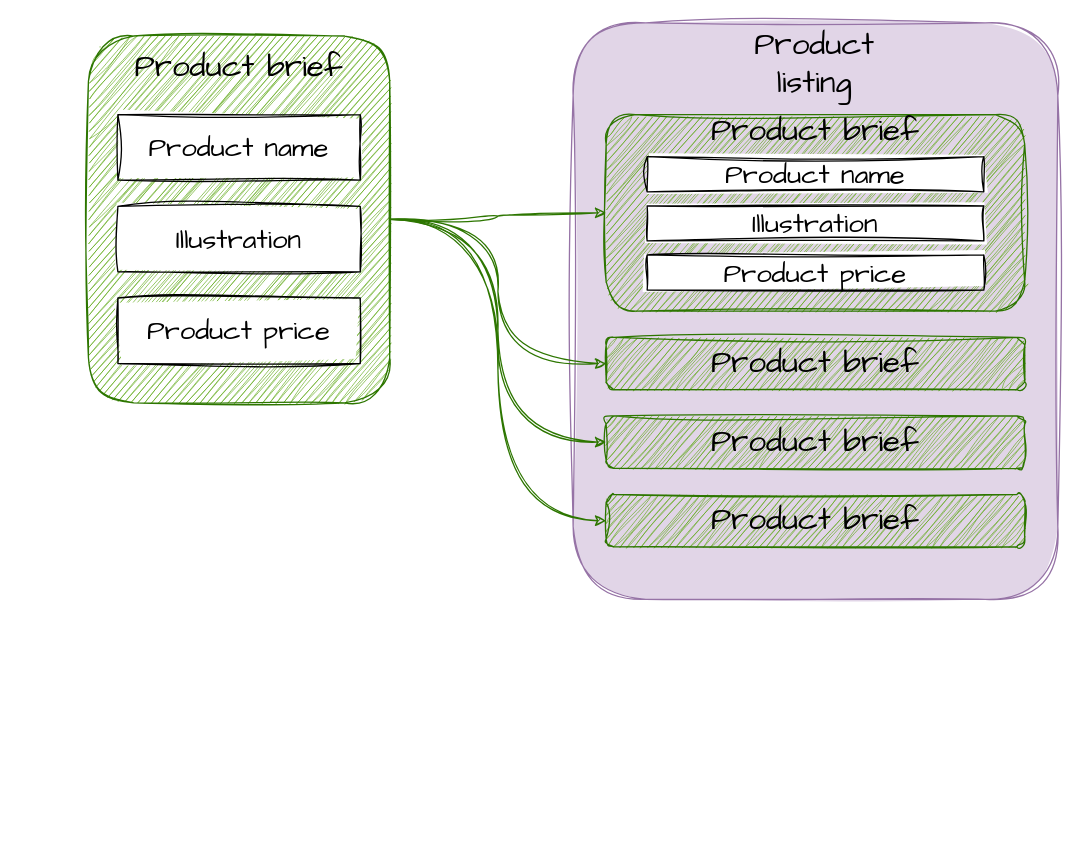
Above: content_modeling/modular_content_product_info_example.drawio in Kontent-ai-Learn/kontent-ai-learn-diagrams (draw.io), before the change. Source tidied: cells renumbered, new cells numbered last; positions are measured from the earlier drawing's top-left corner, leaving out a move shared by most shapes. Both pictures are drawn from the tidied source at 131%, with x=0, y=0 at pixel (88, 22).
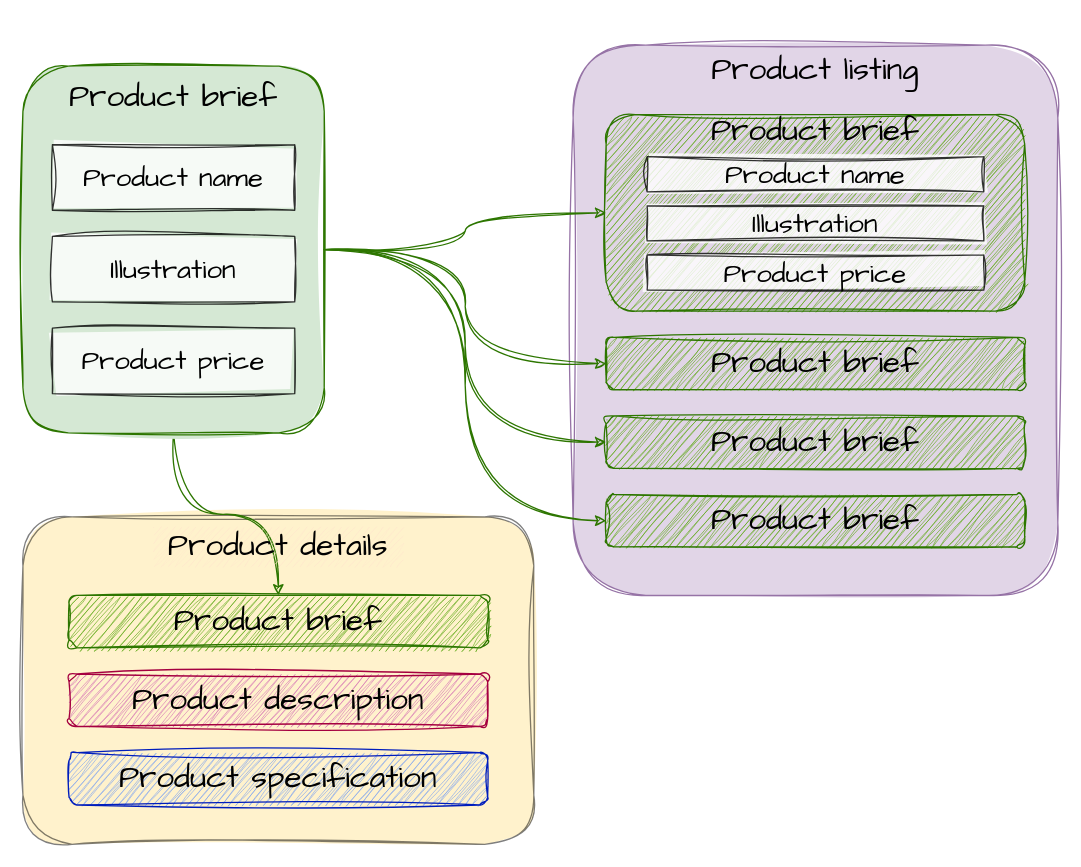
After the change.

The edit, as a diff of the source:
```diff
@@
+    <mxCell id="30" style="rounded=1;whiteSpace=wrap;html=1;sketch=1;hachureGap=4;jiggle=2;fillStyle=solid;fontFamily=Architects Daughter;fontSize=24;fillColor=#FFE599;opacity=50;" parent="1" vertex="1">
+      <mxGeometry x="-50" y="377" width="390" height="250" as="geometry" />
+    </mxCell>
     <mxCell id="2" style="rounded=1;whiteSpace=wrap;html=1;sketch=1;hachureGap=4;jiggle=2;fontFamily=Architects Daughter;fontSize=21;fillColor=#e1d5e7;strokeColor=#9673a6;fillStyle=solid;" parent="1" vertex="1">
-      <mxGeometry x="370" width="370" height="440" as="geometry" />
+      <mxGeometry x="370" y="17" width="370" height="420" as="geometry" />
     </mxCell>
     <mxCell id="3" value="Product listing" style="text;html=1;strokeColor=none;fillColor=none;align=center;verticalAlign=middle;whiteSpace=wrap;rounded=0;sketch=1;hachureGap=4;jiggle=2;fontFamily=Architects Daughter;fontSize=24;" parent="1" vertex="1">
-      <mxGeometry x="479.3" y="16" width="151.4" height="30" as="geometry" />
+      <mxGeometry x="450" y="21" width="210" height="30" as="geometry" />
     </mxCell>
@@
+    <mxCell id="31" style="edgeStyle=orthogonalEdgeStyle;curved=1;rounded=0;sketch=1;hachureGap=4;jiggle=2;jettySize=auto;html=1;exitX=0.5;exitY=1;exitDx=0;exitDy=0;entryX=0.5;entryY=0;entryDx=0;entryDy=0;fontFamily=Architects Daughter;fontSize=24;elbow=vertical;fillColor=#60a917;strokeColor=#2D7600;" parent="1" edge="1" source="14" target="32">
+      <mxGeometry relative="1" as="geometry" />
+    </mxCell>
-    <mxCell id="14" style="rounded=1;whiteSpace=wrap;html=1;sketch=1;hachureGap=4;jiggle=2;fontFamily=Architects Daughter;fontSize=20;fillColor=#60a917;strokeColor=#2D7600;fontColor=#ffffff;" parent="1" vertex="1">
-      <mxGeometry y="10" width="230" height="280" as="geometry" />
+    <mxCell id="14" style="rounded=1;whiteSpace=wrap;html=1;sketch=1;hachureGap=4;jiggle=2;fontFamily=Architects Daughter;fontSize=20;fillColor=#D5E8D4;strokeColor=#2D7600;fontColor=#ffffff;fillStyle=solid;" parent="1" vertex="1">
+      <mxGeometry x="-50" y="33" width="230" height="280" as="geometry" />
     </mxCell>
     <mxCell id="15" value="Product brief" style="text;html=1;strokeColor=none;fillColor=none;align=center;verticalAlign=middle;whiteSpace=wrap;rounded=0;sketch=1;hachureGap=4;jiggle=2;fontFamily=Architects Daughter;fontSize=24;" parent="1" vertex="1">
-      <mxGeometry x="20" y="19" width="190" height="30" as="geometry" />
+      <mxGeometry x="-30" y="42" width="190" height="30" as="geometry" />
     </mxCell>
-    <mxCell id="16" style="rounded=0;whiteSpace=wrap;html=1;sketch=1;hachureGap=4;jiggle=2;fontFamily=Architects Daughter;fontSize=24;" parent="1" vertex="1">
-      <mxGeometry x="22.5" y="70" width="185" height="50" as="geometry" />
+    <mxCell id="16" style="rounded=0;whiteSpace=wrap;html=1;sketch=1;hachureGap=4;jiggle=2;fontFamily=Architects Daughter;fontSize=24;fillColor=#FFFFFF;fillStyle=solid;opacity=80;" parent="1" vertex="1">
+      <mxGeometry x="-27.5" y="93" width="185" height="50" as="geometry" />
     </mxCell>
     <mxCell id="17" value="Product name" style="text;html=1;strokeColor=none;fillColor=none;align=center;verticalAlign=middle;whiteSpace=wrap;rounded=0;sketch=1;hachureGap=4;jiggle=2;fontFamily=Architects Daughter;fontSize=21;" parent="1" vertex="1">
-      <mxGeometry x="40" y="80" width="150" height="30" as="geometry" />
+      <mxGeometry x="-10" y="103" width="150" height="30" as="geometry" />
     </mxCell>
-    <mxCell id="18" style="rounded=0;whiteSpace=wrap;html=1;sketch=1;hachureGap=4;jiggle=2;fontFamily=Architects Daughter;fontSize=24;" parent="1" vertex="1">
-      <mxGeometry x="22.5" y="140" width="185" height="50" as="geometry" />
+    <mxCell id="18" style="rounded=0;whiteSpace=wrap;html=1;sketch=1;hachureGap=4;jiggle=2;fontFamily=Architects Daughter;fontSize=24;fillColor=#FFFFFF;fillStyle=solid;opacity=80;" parent="1" vertex="1">
+      <mxGeometry x="-27.5" y="163" width="185" height="50" as="geometry" />
     </mxCell>
     <mxCell id="19" value="Illustration" style="text;html=1;strokeColor=none;fillColor=none;align=center;verticalAlign=middle;whiteSpace=wrap;rounded=0;sketch=1;hachureGap=4;jiggle=2;fontFamily=Architects Daughter;fontSize=21;" parent="1" vertex="1">
-      <mxGeometry x="40" y="150" width="150" height="30" as="geometry" />
+      <mxGeometry x="-10" y="173" width="150" height="30" as="geometry" />
     </mxCell>
-    <mxCell id="20" style="rounded=0;whiteSpace=wrap;html=1;sketch=1;hachureGap=4;jiggle=2;fontFamily=Architects Daughter;fontSize=24;" parent="1" vertex="1">
-      <mxGeometry x="22.5" y="210" width="185" height="50" as="geometry" />
+    <mxCell id="20" style="rounded=0;whiteSpace=wrap;html=1;sketch=1;hachureGap=4;jiggle=2;fontFamily=Architects Daughter;fontSize=24;fillColor=#FFFFFF;fillStyle=solid;opacity=80;" parent="1" vertex="1">
+      <mxGeometry x="-27.5" y="233" width="185" height="50" as="geometry" />
     </mxCell>
     <mxCell id="21" value="Product price" style="text;html=1;strokeColor=none;fillColor=none;align=center;verticalAlign=middle;whiteSpace=wrap;rounded=0;sketch=1;hachureGap=4;jiggle=2;fontFamily=Architects Daughter;fontSize=21;" parent="1" vertex="1">
-      <mxGeometry x="40" y="220" width="150" height="30" as="geometry" />
+      <mxGeometry x="-10" y="243" width="150" height="30" as="geometry" />
     </mxCell>
@@
-    <mxCell id="24" style="rounded=0;whiteSpace=wrap;html=1;sketch=1;hachureGap=4;jiggle=2;fontFamily=Architects Daughter;fontSize=24;" parent="1" vertex="1">
+    <mxCell id="24" style="rounded=0;whiteSpace=wrap;html=1;sketch=1;hachureGap=4;jiggle=2;fontFamily=Architects Daughter;fontSize=24;fillColor=#FFFFFF;fillStyle=solid;opacity=80;" parent="1" vertex="1">
       <mxGeometry x="426.5" y="102.1" width="257" height="26.8" as="geometry" />
     </mxCell>
@@
-    <mxCell id="26" style="rounded=0;whiteSpace=wrap;html=1;sketch=1;hachureGap=4;jiggle=2;fontFamily=Architects Daughter;fontSize=24;" parent="1" vertex="1">
+    <mxCell id="26" style="rounded=0;whiteSpace=wrap;html=1;sketch=1;hachureGap=4;jiggle=2;fontFamily=Architects Daughter;fontSize=24;fillColor=#FFFFFF;fillStyle=solid;opacity=80;" parent="1" vertex="1">
       <mxGeometry x="426.5" y="139.6" width="257" height="26.8" as="geometry" />
     </mxCell>
@@
-    <mxCell id="28" style="rounded=0;whiteSpace=wrap;html=1;sketch=1;hachureGap=4;jiggle=2;fontFamily=Architects Daughter;fontSize=24;" parent="1" vertex="1">
+    <mxCell id="28" style="rounded=0;whiteSpace=wrap;html=1;sketch=1;hachureGap=4;jiggle=2;fontFamily=Architects Daughter;fontSize=24;fillColor=#FFFFFF;fillStyle=solid;opacity=80;" parent="1" vertex="1">
       <mxGeometry x="426.5" y="177.1" width="257" height="26.8" as="geometry" />
     </mxCell>
@@
+    <mxCell id="32" style="rounded=1;whiteSpace=wrap;html=1;sketch=1;hachureGap=4;jiggle=2;fontFamily=Architects Daughter;fontSize=20;fillStyle=auto;fillColor=#60a917;strokeColor=#2D7600;fontColor=#ffffff;" parent="1" vertex="1">
+      <mxGeometry x="-14.8" y="437" width="319.6" height="40" as="geometry" />
+    </mxCell>
+    <mxCell id="33" value="Product brief" style="text;html=1;strokeColor=none;fillColor=none;align=center;verticalAlign=middle;whiteSpace=wrap;rounded=0;sketch=1;hachureGap=4;jiggle=2;fontFamily=Architects Daughter;fontSize=24;" parent="1" vertex="1">
+      <mxGeometry x="13" y="449" width="264" height="16.1" as="geometry" />
+    </mxCell>
+    <mxCell id="34" style="rounded=1;whiteSpace=wrap;html=1;sketch=1;hachureGap=4;jiggle=2;fontFamily=Architects Daughter;fontSize=20;fillStyle=auto;fillColor=#D879B5;strokeColor=#A50040;fontColor=#ffffff;" parent="1" vertex="1">
+      <mxGeometry x="-14.8" y="497" width="319.6" height="40" as="geometry" />
+    </mxCell>
+    <mxCell id="35" value="Product description" style="text;html=1;strokeColor=none;fillColor=none;align=center;verticalAlign=middle;whiteSpace=wrap;rounded=0;sketch=1;hachureGap=4;jiggle=2;fontFamily=Architects Daughter;fontSize=24;" parent="1" vertex="1">
+      <mxGeometry x="13" y="509" width="264" height="16.1" as="geometry" />
+    </mxCell>
+    <mxCell id="36" style="rounded=1;whiteSpace=wrap;html=1;sketch=1;hachureGap=4;jiggle=2;fontFamily=Architects Daughter;fontSize=20;fillStyle=auto;fillColor=#83A7EF;strokeColor=#001DBC;fontColor=#ffffff;" parent="1" vertex="1">
+      <mxGeometry x="-14.8" y="557" width="319.6" height="40" as="geometry" />
+    </mxCell>
+    <mxCell id="37" value="Product specification" style="text;html=1;strokeColor=none;fillColor=none;align=center;verticalAlign=middle;whiteSpace=wrap;rounded=0;sketch=1;hachureGap=4;jiggle=2;fontFamily=Architects Daughter;fontSize=24;" parent="1" vertex="1">
+      <mxGeometry x="13" y="569" width="264" height="16.1" as="geometry" />
+    </mxCell>
+    <mxCell id="38" value="Product details" style="text;html=1;strokeColor=none;fillColor=#FFE6CC;align=center;verticalAlign=middle;whiteSpace=wrap;rounded=0;sketch=1;hachureGap=4;jiggle=2;fontFamily=Architects Daughter;fontSize=24;opacity=60;" parent="1" vertex="1">
+      <mxGeometry x="50" y="385" width="190" height="30" as="geometry" />
+    </mxCell>
```
